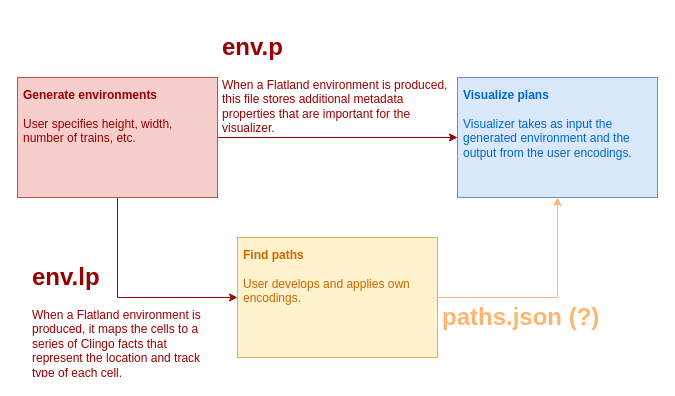
krr-up/flatland keeps this draw.io diagram as encodings/final/General_Flow.drawio. Above is the earlier version. Source tidied: cells renumbered, new cells numbered last; positions are measured from the earlier drawing's top-left corner, leaving out a move shared by most shapes. Both pictures are drawn from the tidied source at 100%, with x=0, y=0 at pixel (17, 27).
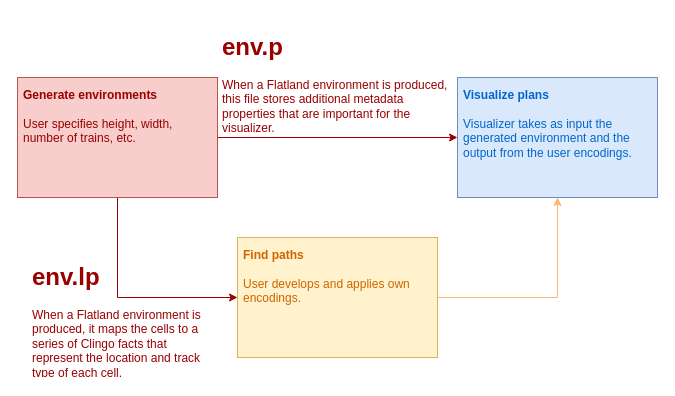
The same diagram, later.

What changed in the source:
```diff
@@
 <mxGraphModel>
   <root>
     <mxCell id="0" />
     <mxCell id="1" parent="0" />
     <mxCell id="2" style="edgeStyle=orthogonalEdgeStyle;rounded=0;jettySize=auto;html=1;exitX=0.5;exitY=1;exitDx=0;exitDy=0;entryX=0;entryY=0.5;entryDx=0;entryDy=0;strokeColor=#990000;" parent="1" edge="1" source="4" target="7">
       <mxGeometry relative="1" as="geometry" />
     </mxCell>
     <mxCell id="3" style="edgeStyle=orthogonalEdgeStyle;rounded=0;jettySize=auto;html=1;exitX=1;exitY=0.5;exitDx=0;exitDy=0;entryX=0;entryY=0.5;entryDx=0;entryDy=0;strokeColor=#990000;" parent="1" edge="1" source="4" target="5">
       <mxGeometry relative="1" as="geometry" />
     </mxCell>
     <mxCell id="4" value="&lt;b&gt;Generate environments&lt;/b&gt;&lt;br&gt;&lt;br&gt;User specifies height, width, number of trains, etc." style="rounded=0;whiteSpace=wrap;html=1;fillColor=#f8cecc;strokeColor=#b85450;fontFamily=IBM Plex Sans;align=left;verticalAlign=top;spacing=6;fontColor=#990000;" parent="1" vertex="1">
       <mxGeometry y="50" width="200" height="120" as="geometry" />
     </mxCell>
     <mxCell id="5" value="&lt;b&gt;Visualize plans&lt;/b&gt;&lt;br&gt;&lt;br&gt;Visualizer takes as input the generated environment and the output from the user encodings." style="rounded=0;whiteSpace=wrap;html=1;fillColor=#dae8fc;strokeColor=#6c8ebf;fontFamily=IBM Plex Sans;align=left;verticalAlign=top;spacing=6;fontColor=#0066CC;" parent="1" vertex="1">
       <mxGeometry x="440" y="50" width="200" height="120" as="geometry" />
     </mxCell>
     <mxCell id="6" style="edgeStyle=orthogonalEdgeStyle;rounded=0;jettySize=auto;html=1;exitX=1;exitY=0.5;exitDx=0;exitDy=0;entryX=0.5;entryY=1;entryDx=0;entryDy=0;strokeColor=#FFB570;" parent="1" edge="1" source="7" target="5">
       <mxGeometry relative="1" as="geometry" />
     </mxCell>
     <mxCell id="7" value="&lt;font color=&quot;#cc6600&quot;&gt;&lt;b&gt;Find paths&lt;/b&gt;&lt;br&gt;&lt;br&gt;User develops and applies own encodings.&lt;br&gt;&lt;/font&gt;" style="rounded=0;whiteSpace=wrap;html=1;fillColor=#fff2cc;strokeColor=#d6b656;fontFamily=IBM Plex Sans;align=left;verticalAlign=top;spacing=6;fontColor=#FFB570;" parent="1" vertex="1">
       <mxGeometry x="220" y="210" width="200" height="120" as="geometry" />
     </mxCell>
     <mxCell id="8" value="&lt;h1&gt;env.lp&lt;/h1&gt;&lt;p&gt;When a Flatland environment is produced, it maps the cells to a series of Clingo facts that represent the location and track type of each cell.&lt;/p&gt;" style="text;html=1;strokeColor=none;fillColor=none;spacing=5;spacingTop=-20;whiteSpace=wrap;overflow=hidden;rounded=0;fontFamily=IBM Plex Sans;fontColor=#990000;" parent="1" vertex="1">
       <mxGeometry x="10" y="230" width="190" height="120" as="geometry" />
     </mxCell>
     <mxCell id="9" value="&lt;h1&gt;env.p&lt;/h1&gt;&lt;p&gt;When a Flatland environment is produced, this file stores additional metadata properties that are important for the visualizer.&lt;/p&gt;" style="text;html=1;strokeColor=none;fillColor=none;spacing=5;spacingTop=-20;whiteSpace=wrap;overflow=hidden;rounded=0;fontFamily=IBM Plex Sans;fontColor=#990000;" parent="1" vertex="1">
       <mxGeometry x="200" width="240" height="120" as="geometry" />
     </mxCell>
-    <mxCell id="10" value="&lt;h1&gt;&lt;font color=&quot;#ffb570&quot;&gt;paths.json (?)&lt;/font&gt;&lt;/h1&gt;" style="text;html=1;strokeColor=none;fillColor=none;spacing=5;spacingTop=-20;whiteSpace=wrap;overflow=hidden;rounded=0;fontFamily=IBM Plex Sans;fontColor=#990000;" parent="1" vertex="1">
-      <mxGeometry x="420" y="270" width="190" height="70" as="geometry" />
-    </mxCell>
   </root>
 </mxGraphModel>
```
